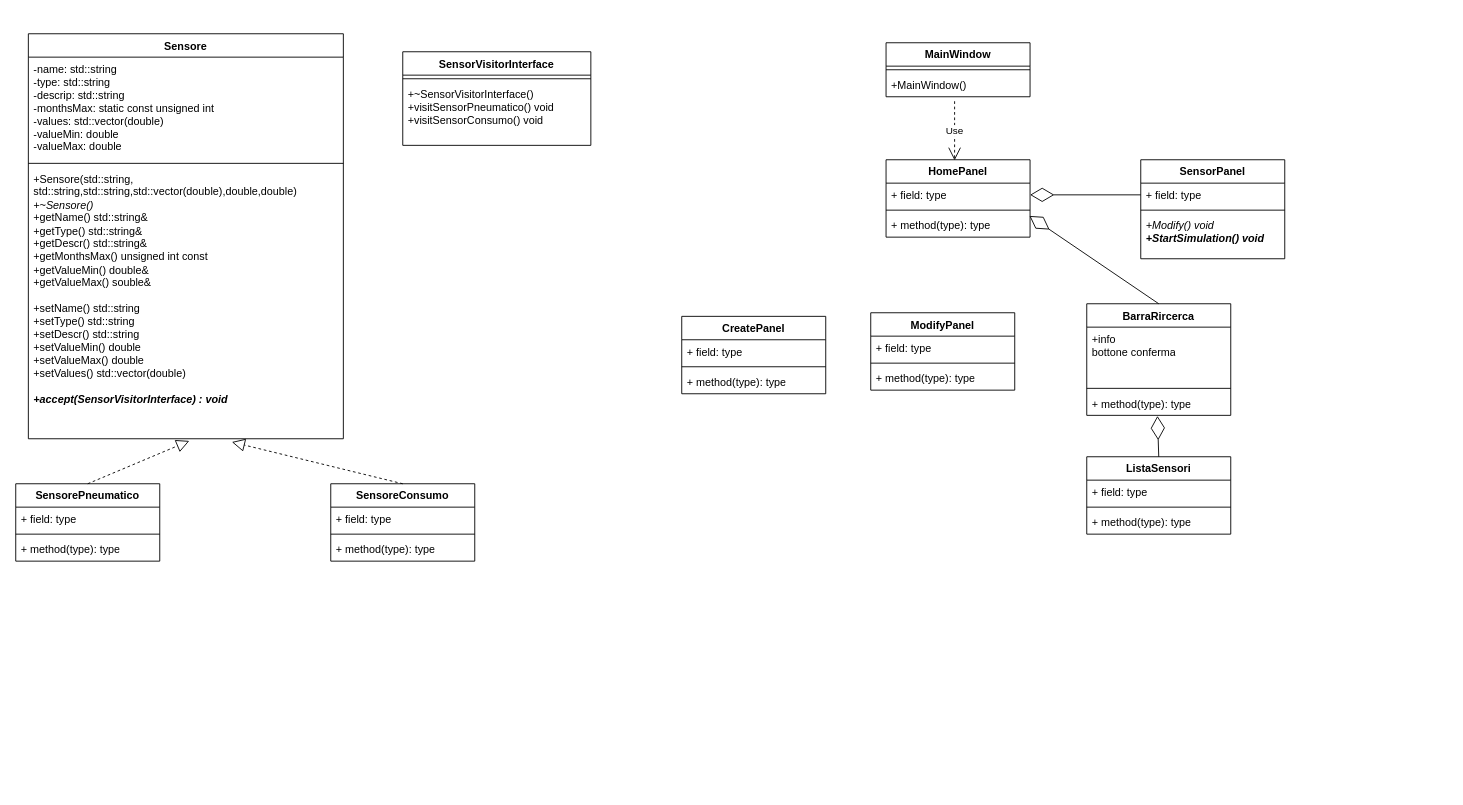
Above: DiagrammaClassiPAO.drawio in mpiccoli18/Progetto-PAO (draw.io), before the change. Source tidied: cells renumbered, new cells numbered last; positions are measured from the earlier drawing's top-left corner, leaving out a move shared by most shapes. Both pictures are drawn from the tidied source at 90%, with x=0, y=0 at pixel (15, 33).
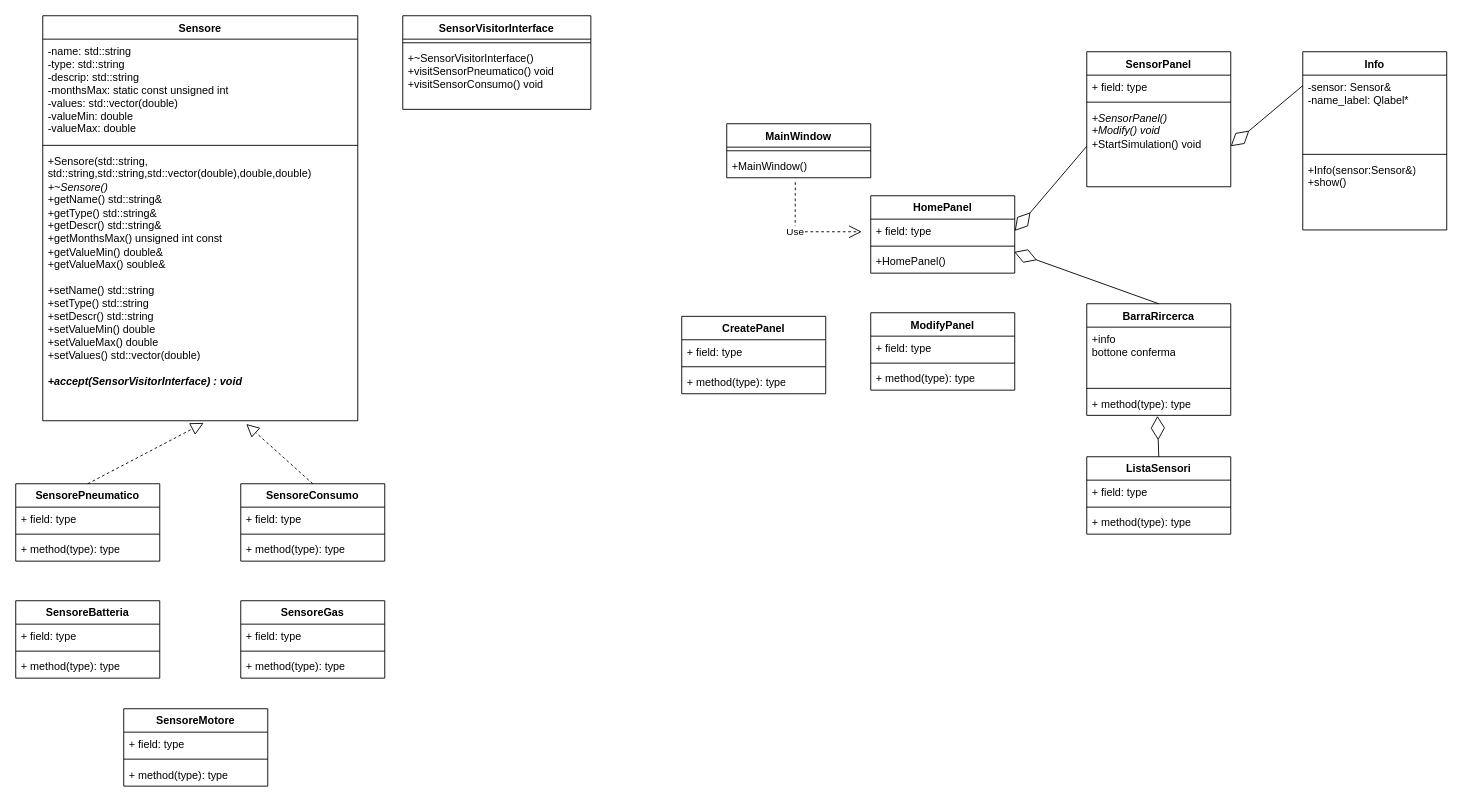
Above is the later version.

Unchanged cells that the change refers to:
```xml
<mxCell id="16" value="+MainWindow()" style="text;strokeColor=none;fillColor=none;align=left;verticalAlign=top;spacingLeft=4;spacingRight=4;overflow=hidden;points=[[0,0.5],[1,0.5]];portConstraint=eastwest;whiteSpace=wrap;html=1;" parent="14" vertex="1">
  <mxGeometry y="34" width="160" height="26" as="geometry" />
</mxCell>
<mxCell id="18" value="+ field: type" style="text;strokeColor=none;fillColor=none;align=left;verticalAlign=top;spacingLeft=4;spacingRight=4;overflow=hidden;points=[[0,0.5],[1,0.5]];portConstraint=eastwest;whiteSpace=wrap;html=1;" parent="17" vertex="1">
  <mxGeometry y="26" width="160" height="26" as="geometry" />
</mxCell>
<mxCell id="22" value="+ field: type" style="text;strokeColor=none;fillColor=none;align=left;verticalAlign=top;spacingLeft=4;spacingRight=4;overflow=hidden;points=[[0,0.5],[1,0.5]];portConstraint=eastwest;whiteSpace=wrap;html=1;" parent="21" vertex="1">
  <mxGeometry y="26" width="160" height="26" as="geometry" />
</mxCell>
```

The edit, as a diff of the source:
```diff
@@
     <mxCell id="2" value="Sensore" style="swimlane;fontStyle=1;align=center;verticalAlign=top;horizontal=1;startSize=26;whiteSpace=wrap;html=1;" parent="1" vertex="1">
-      <mxGeometry x="14" width="350" height="450" as="geometry" />
+      <mxGeometry x="30" y="-20" width="350" height="450" as="geometry" />
     </mxCell>
@@
     <mxCell id="10" value="SensoreConsumo" style="swimlane;fontStyle=1;align=center;verticalAlign=top;horizontal=1;startSize=26;whiteSpace=wrap;html=1;" parent="1" vertex="1">
-      <mxGeometry x="350" y="500" width="160" height="86" as="geometry" />
+      <mxGeometry x="250" y="500" width="160" height="86" as="geometry" />
     </mxCell>
@@
     <mxCell id="14" value="MainWindow" style="swimlane;fontStyle=1;align=center;verticalAlign=top;horizontal=1;startSize=26;whiteSpace=wrap;html=1;" parent="1" vertex="1">
-      <mxGeometry x="967" y="10" width="160" height="60" as="geometry" />
+      <mxGeometry x="790" y="100" width="160" height="60" as="geometry" />
     </mxCell>
@@
     <mxCell id="17" value="SensorPanel" style="swimlane;fontStyle=1;align=center;verticalAlign=top;horizontal=1;startSize=26;whiteSpace=wrap;html=1;" parent="1" vertex="1">
-      <mxGeometry x="1250" y="140" width="160" height="110" as="geometry" />
+      <mxGeometry x="1190" y="20" width="160" height="150" as="geometry" />
     </mxCell>
@@
-    <mxCell id="20" value="&lt;i style=&quot;border-color: var(--border-color);&quot;&gt;&lt;font style=&quot;font-size: 12px;&quot;&gt;+Modify() void&lt;br style=&quot;border-color: var(--border-color);&quot;&gt;&lt;b style=&quot;border-color: var(--border-color);&quot;&gt;+StartSimulation() void&lt;/b&gt;&lt;/font&gt;&lt;/i&gt;" style="text;strokeColor=none;fillColor=none;align=left;verticalAlign=top;spacingLeft=4;spacingRight=4;overflow=hidden;points=[[0,0.5],[1,0.5]];portConstraint=eastwest;whiteSpace=wrap;html=1;" parent="17" vertex="1">
-      <mxGeometry y="60" width="160" height="50" as="geometry" />
+    <mxCell id="20" value="&lt;span style=&quot;border-color: var(--border-color);&quot;&gt;&lt;font style=&quot;font-size: 12px;&quot;&gt;&lt;i&gt;+SensorPanel()&lt;br&gt;+Modify() void&lt;/i&gt;&lt;br style=&quot;border-color: var(--border-color);&quot;&gt;&lt;span style=&quot;border-color: var(--border-color);&quot;&gt;+StartSimulation() void&lt;/span&gt;&lt;/font&gt;&lt;/span&gt;" style="text;strokeColor=none;fillColor=none;align=left;verticalAlign=top;spacingLeft=4;spacingRight=4;overflow=hidden;points=[[0,0.5],[1,0.5]];portConstraint=eastwest;whiteSpace=wrap;html=1;" parent="17" vertex="1">
+      <mxGeometry y="60" width="160" height="90" as="geometry" />
     </mxCell>
     <mxCell id="21" value="HomePanel" style="swimlane;fontStyle=1;align=center;verticalAlign=top;horizontal=1;startSize=26;whiteSpace=wrap;html=1;" parent="1" vertex="1">
-      <mxGeometry x="967" y="140" width="160" height="86" as="geometry" />
+      <mxGeometry x="950" y="180" width="160" height="86" as="geometry" />
     </mxCell>
@@
-    <mxCell id="24" value="+ method(type): type" style="text;strokeColor=none;fillColor=none;align=left;verticalAlign=top;spacingLeft=4;spacingRight=4;overflow=hidden;points=[[0,0.5],[1,0.5]];portConstraint=eastwest;whiteSpace=wrap;html=1;" parent="21" vertex="1">
+    <mxCell id="24" value="+HomePanel()&lt;br&gt;" style="text;strokeColor=none;fillColor=none;align=left;verticalAlign=top;spacingLeft=4;spacingRight=4;overflow=hidden;points=[[0,0.5],[1,0.5]];portConstraint=eastwest;whiteSpace=wrap;html=1;" parent="21" vertex="1">
       <mxGeometry y="60" width="160" height="26" as="geometry" />
     </mxCell>
-    <mxCell id="25" value="Use" style="endArrow=open;endSize=12;dashed=1;html=1;rounded=0;exitX=0.476;exitY=1.192;exitDx=0;exitDy=0;exitPerimeter=0;entryX=0.476;entryY=0.008;entryDx=0;entryDy=0;entryPerimeter=0;" parent="1" edge="1" source="16" target="21">
-      <mxGeometry relative="1" as="geometry" />
+    <mxCell id="25" value="Use" style="endArrow=open;endSize=12;dashed=1;html=1;rounded=0;exitX=0.476;exitY=1.192;exitDx=0;exitDy=0;exitPerimeter=0;" parent="1" edge="1" source="16">
+      <mxGeometry x="-0.15" relative="1" as="geometry">
+        <mxPoint x="940" y="220" as="targetPoint" />
+        <Array as="points">
+          <mxPoint x="866" y="220" />
+        </Array>
+      </mxGeometry>
     </mxCell>
-    <mxCell id="26" style="endArrow=diamondThin;endFill=0;endSize=24;html=1;rounded=0;entryX=1;entryY=0.5;entryDx=0;entryDy=0;exitX=0;exitY=0.5;exitDx=0;exitDy=0;" parent="1" edge="1" source="18" target="22">
+    <mxCell id="26" style="endArrow=diamondThin;endFill=0;endSize=24;html=1;rounded=0;entryX=1;entryY=0.5;entryDx=0;entryDy=0;exitX=0;exitY=0.5;exitDx=0;exitDy=0;" parent="1" edge="1" source="20" target="22">
       <mxGeometry relative="1" as="geometry" />
     </mxCell>
@@
     <mxCell id="45" value="SensorVisitorInterface" style="swimlane;fontStyle=1;align=center;verticalAlign=top;horizontal=1;startSize=26;whiteSpace=wrap;html=1;" parent="1" vertex="1">
-      <mxGeometry x="430" y="20" width="209" height="104" as="geometry" />
+      <mxGeometry x="430" y="-20" width="209" height="104" as="geometry" />
     </mxCell>
@@
+    <mxCell id="50" value="SensoreBatteria" style="swimlane;fontStyle=1;align=center;verticalAlign=top;horizontal=1;startSize=26;whiteSpace=wrap;html=1;" parent="1" vertex="1">
+      <mxGeometry y="630" width="160" height="86" as="geometry" />
+    </mxCell>
+    <mxCell id="51" value="+ field: type" style="text;strokeColor=none;fillColor=none;align=left;verticalAlign=top;spacingLeft=4;spacingRight=4;overflow=hidden;whiteSpace=wrap;html=1;" parent="50" vertex="1">
+      <mxGeometry y="26" width="160" height="26" as="geometry" />
+    </mxCell>
+    <mxCell id="52" style="line;strokeWidth=1;fillColor=none;align=left;verticalAlign=middle;spacingTop=-1;spacingLeft=3;spacingRight=3;labelPosition=right;strokeColor=inherit;" parent="50" vertex="1">
+      <mxGeometry y="52" width="160" height="8" as="geometry" />
+    </mxCell>
+    <mxCell id="53" value="+ method(type): type" style="text;strokeColor=none;fillColor=none;align=left;verticalAlign=top;spacingLeft=4;spacingRight=4;overflow=hidden;whiteSpace=wrap;html=1;" parent="50" vertex="1">
+      <mxGeometry y="60" width="160" height="26" as="geometry" />
+    </mxCell>
+    <mxCell id="54" value="SensoreGas" style="swimlane;fontStyle=1;align=center;verticalAlign=top;horizontal=1;startSize=26;whiteSpace=wrap;html=1;" parent="1" vertex="1">
+      <mxGeometry x="250" y="630" width="160" height="86" as="geometry" />
+    </mxCell>
+    <mxCell id="55" value="+ field: type" style="text;strokeColor=none;fillColor=none;align=left;verticalAlign=top;spacingLeft=4;spacingRight=4;overflow=hidden;whiteSpace=wrap;html=1;" parent="54" vertex="1">
+      <mxGeometry y="26" width="160" height="26" as="geometry" />
+    </mxCell>
+    <mxCell id="56" style="line;strokeWidth=1;fillColor=none;align=left;verticalAlign=middle;spacingTop=-1;spacingLeft=3;spacingRight=3;labelPosition=right;strokeColor=inherit;" parent="54" vertex="1">
+      <mxGeometry y="52" width="160" height="8" as="geometry" />
+    </mxCell>
+    <mxCell id="57" value="+ method(type): type" style="text;strokeColor=none;fillColor=none;align=left;verticalAlign=top;spacingLeft=4;spacingRight=4;overflow=hidden;whiteSpace=wrap;html=1;" parent="54" vertex="1">
+      <mxGeometry y="60" width="160" height="26" as="geometry" />
+    </mxCell>
+    <mxCell id="58" value="SensoreMotore" style="swimlane;fontStyle=1;align=center;verticalAlign=top;horizontal=1;startSize=26;whiteSpace=wrap;html=1;" parent="1" vertex="1">
+      <mxGeometry x="120" y="750" width="160" height="86" as="geometry" />
+    </mxCell>
+    <mxCell id="59" value="+ field: type" style="text;strokeColor=none;fillColor=none;align=left;verticalAlign=top;spacingLeft=4;spacingRight=4;overflow=hidden;whiteSpace=wrap;html=1;" parent="58" vertex="1">
+      <mxGeometry y="26" width="160" height="26" as="geometry" />
+    </mxCell>
+    <mxCell id="60" style="line;strokeWidth=1;fillColor=none;align=left;verticalAlign=middle;spacingTop=-1;spacingLeft=3;spacingRight=3;labelPosition=right;strokeColor=inherit;" parent="58" vertex="1">
+      <mxGeometry y="52" width="160" height="8" as="geometry" />
+    </mxCell>
+    <mxCell id="61" value="+ method(type): type" style="text;strokeColor=none;fillColor=none;align=left;verticalAlign=top;spacingLeft=4;spacingRight=4;overflow=hidden;whiteSpace=wrap;html=1;" parent="58" vertex="1">
+      <mxGeometry y="60" width="160" height="26" as="geometry" />
+    </mxCell>
+    <mxCell id="62" style="endArrow=diamondThin;endFill=0;endSize=24;html=1;rounded=0;entryX=1;entryY=0.5;entryDx=0;entryDy=0;exitX=0;exitY=0.19;exitDx=0;exitDy=0;exitPerimeter=0;" parent="1" edge="1" source="63" target="20">
+      <mxGeometry relative="1" as="geometry" />
+    </mxCell>
+    <mxCell id="63" value="Info" style="swimlane;fontStyle=1;align=center;verticalAlign=top;horizontal=1;startSize=26;whiteSpace=wrap;html=1;" parent="1" vertex="1">
+      <mxGeometry x="1430" y="20" width="160" height="198" as="geometry" />
+    </mxCell>
+    <mxCell id="64" value="-sensor: Sensor&amp;amp;&lt;br&gt;-name_label: Qlabel*&lt;br&gt;" style="text;strokeColor=none;fillColor=none;align=left;verticalAlign=top;spacingLeft=4;spacingRight=4;overflow=hidden;whiteSpace=wrap;html=1;" parent="63" vertex="1">
+      <mxGeometry y="26" width="160" height="84" as="geometry" />
+    </mxCell>
+    <mxCell id="65" style="line;strokeWidth=1;fillColor=none;align=left;verticalAlign=middle;spacingTop=-1;spacingLeft=3;spacingRight=3;labelPosition=right;strokeColor=inherit;" parent="63" vertex="1">
+      <mxGeometry y="110" width="160" height="8" as="geometry" />
+    </mxCell>
+    <mxCell id="66" value="+Info(sensor:Sensor&amp;amp;)&lt;br&gt;+show()" style="text;strokeColor=none;fillColor=none;align=left;verticalAlign=top;spacingLeft=4;spacingRight=4;overflow=hidden;whiteSpace=wrap;html=1;" parent="63" vertex="1">
+      <mxGeometry y="118" width="160" height="80" as="geometry" />
+    </mxCell>
```
